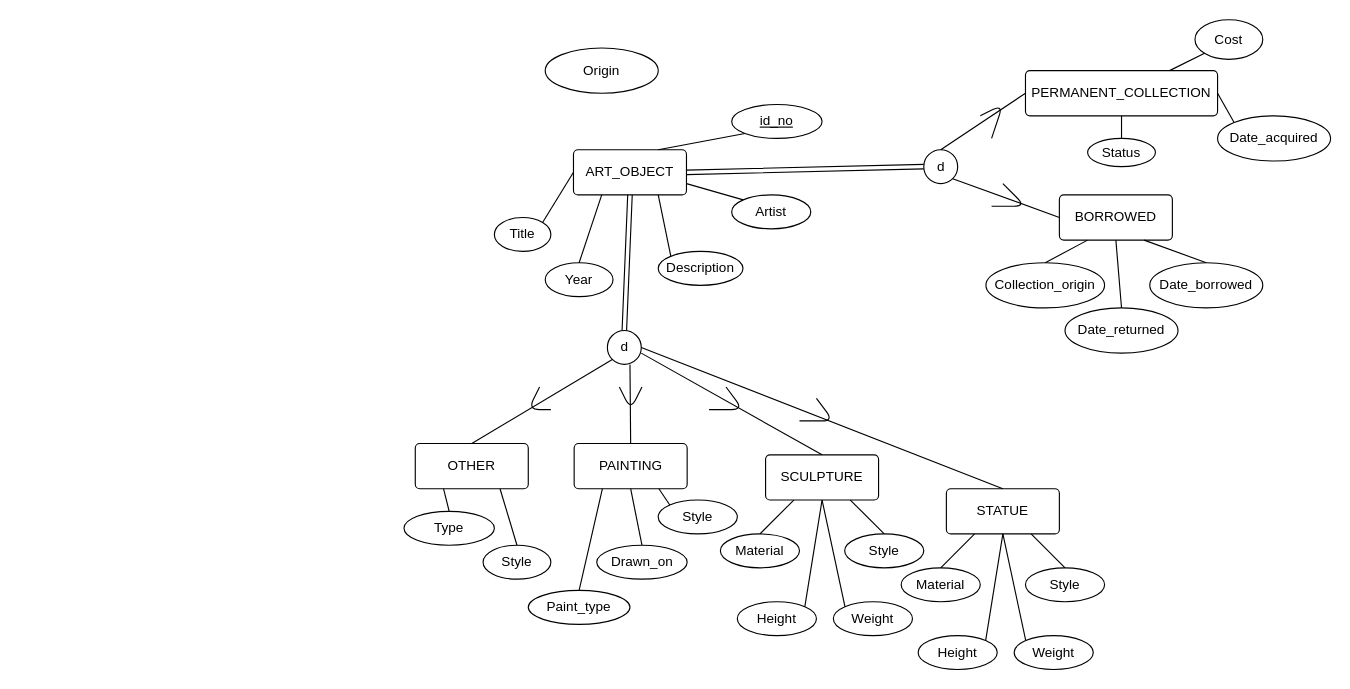
The draw.io diagram musemEER.drawio in aryan-karadia/Museum-SQL-Project, before the edit. Source tidied: cells renumbered, new cells numbered last; positions are measured from the earlier drawing's top-left corner, leaving out a move shared by most shapes. Both pictures are drawn from the tidied source at 113%, with x=0, y=0 at pixel (403, 19).
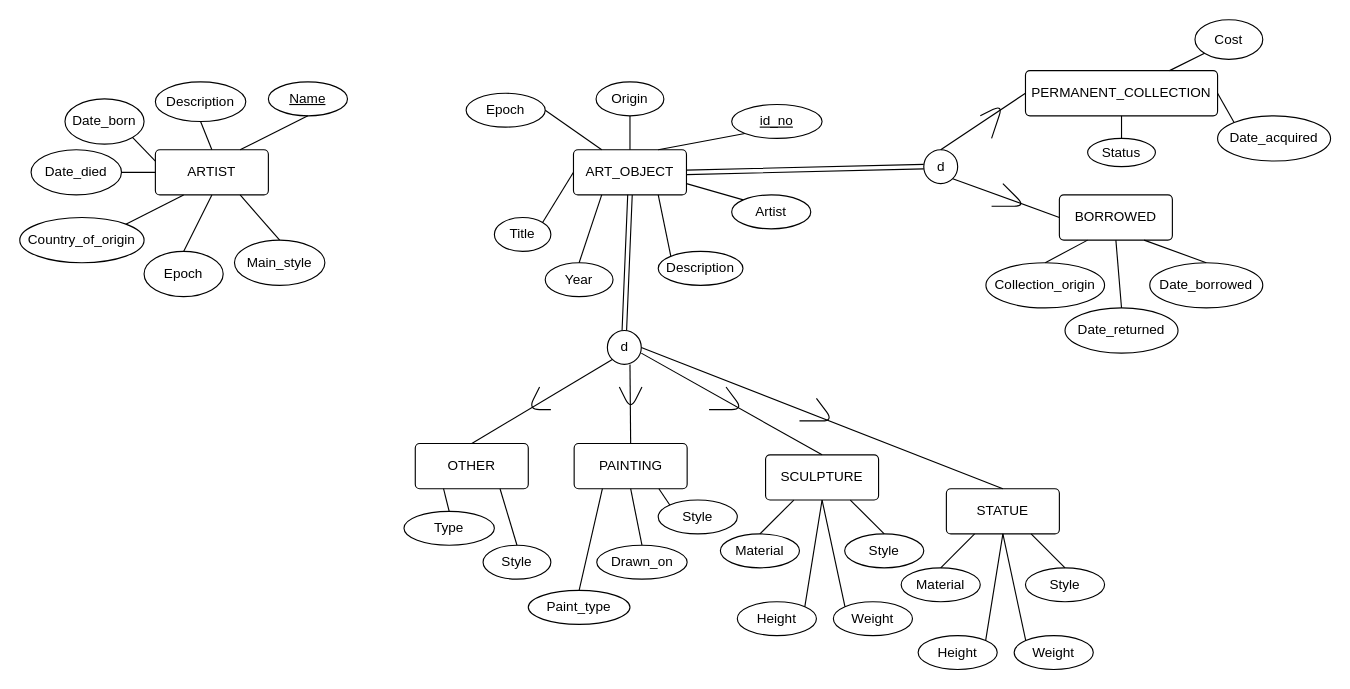
After the change.

Commit message:
Artist entity

The change refers to these unchanged cells:
```xml
<mxCell id="2" value="ART_OBJECT" style="rounded=1;arcSize=10;whiteSpace=wrap;html=1;align=center;" parent="1" vertex="1">
  <mxGeometry x="150" y="115" width="100" height="40" as="geometry" />
</mxCell>
```

Change to the diagram source:
```diff
@@
+    <mxCell id="78" style="endArrow=none;html=1;rounded=0;exitX=0.5;exitY=0;exitDx=0;exitDy=0;entryX=0.5;entryY=1;entryDx=0;entryDy=0;" parent="1" edge="1" source="2" target="77">
+      <mxGeometry relative="1" as="geometry" />
+    </mxCell>
+    <mxCell id="79" value="Epoch" style="ellipse;whiteSpace=wrap;html=1;align=center;" parent="1" vertex="1">
+      <mxGeometry x="55" y="65" width="70" height="30" as="geometry" />
+    </mxCell>
+    <mxCell id="80" style="endArrow=none;html=1;rounded=0;exitX=1;exitY=0.5;exitDx=0;exitDy=0;entryX=0.25;entryY=0;entryDx=0;entryDy=0;" parent="1" edge="1" source="79" target="2">
+      <mxGeometry relative="1" as="geometry" />
+    </mxCell>
+    <mxCell id="81" value="ARTIST" style="rounded=1;arcSize=10;whiteSpace=wrap;html=1;align=center;" parent="1" vertex="1">
+      <mxGeometry x="-220" y="115" width="100" height="40" as="geometry" />
+    </mxCell>
+    <mxCell id="82" value="Name" style="ellipse;whiteSpace=wrap;html=1;align=center;fontStyle=4;" parent="1" vertex="1">
+      <mxGeometry x="-120" y="55" width="70" height="30" as="geometry" />
+    </mxCell>
+    <mxCell id="83" style="endArrow=none;html=1;rounded=0;exitX=0.5;exitY=1;exitDx=0;exitDy=0;entryX=0.75;entryY=0;entryDx=0;entryDy=0;" parent="1" edge="1" source="82" target="81">
+      <mxGeometry relative="1" as="geometry" />
+    </mxCell>
+    <mxCell id="84" value="Date_born" style="ellipse;whiteSpace=wrap;html=1;align=center;" parent="1" vertex="1">
+      <mxGeometry x="-300" y="70" width="70" height="40" as="geometry" />
+    </mxCell>
+    <mxCell id="85" value="Date_died" style="ellipse;whiteSpace=wrap;html=1;align=center;" parent="1" vertex="1">
+      <mxGeometry x="-330" y="115" width="80" height="40" as="geometry" />
+    </mxCell>
+    <mxCell id="86" value="Country_of_origin" style="ellipse;whiteSpace=wrap;html=1;align=center;" parent="1" vertex="1">
+      <mxGeometry x="-340" y="175" width="110" height="40" as="geometry" />
+    </mxCell>
+    <mxCell id="87" value="Epoch" style="ellipse;whiteSpace=wrap;html=1;align=center;" parent="1" vertex="1">
+      <mxGeometry x="-230" y="205" width="70" height="40" as="geometry" />
+    </mxCell>
+    <mxCell id="88" value="Main_style" style="ellipse;whiteSpace=wrap;html=1;align=center;" parent="1" vertex="1">
+      <mxGeometry x="-150" y="195" width="80" height="40" as="geometry" />
+    </mxCell>
+    <mxCell id="89" value="Description" style="ellipse;whiteSpace=wrap;html=1;align=center;" parent="1" vertex="1">
+      <mxGeometry x="-220" y="55" width="80" height="35" as="geometry" />
+    </mxCell>
+    <mxCell id="90" style="endArrow=none;html=1;rounded=0;exitX=0.5;exitY=0;exitDx=0;exitDy=0;entryX=0.5;entryY=1;entryDx=0;entryDy=0;" parent="1" edge="1" source="81" target="89">
+      <mxGeometry relative="1" as="geometry" />
+    </mxCell>
+    <mxCell id="91" style="endArrow=none;html=1;rounded=0;exitX=0;exitY=0.25;exitDx=0;exitDy=0;entryX=1;entryY=1;entryDx=0;entryDy=0;" parent="1" edge="1" source="81" target="84">
+      <mxGeometry relative="1" as="geometry" />
+    </mxCell>
+    <mxCell id="92" style="endArrow=none;html=1;rounded=0;entryX=1;entryY=0.5;entryDx=0;entryDy=0;" parent="1" edge="1" target="85">
+      <mxGeometry relative="1" as="geometry">
+        <mxPoint x="-220" y="135" as="sourcePoint" />
+      </mxGeometry>
+    </mxCell>
+    <mxCell id="93" style="endArrow=none;html=1;rounded=0;exitX=0.25;exitY=1;exitDx=0;exitDy=0;entryX=1;entryY=0;entryDx=0;entryDy=0;" parent="1" edge="1" source="81" target="86">
+      <mxGeometry relative="1" as="geometry" />
+    </mxCell>
+    <mxCell id="94" style="endArrow=none;html=1;rounded=0;exitX=0.5;exitY=1;exitDx=0;exitDy=0;entryX=0.5;entryY=0;entryDx=0;entryDy=0;" parent="1" edge="1" source="81" target="87">
+      <mxGeometry relative="1" as="geometry" />
+    </mxCell>
+    <mxCell id="95" style="endArrow=none;html=1;rounded=0;exitX=0.5;exitY=0;exitDx=0;exitDy=0;entryX=0.75;entryY=1;entryDx=0;entryDy=0;" parent="1" edge="1" source="88" target="81">
+      <mxGeometry relative="1" as="geometry" />
+    </mxCell>
     <mxCell id="77" value="Origin" style="ellipse;whiteSpace=wrap;html=1;align=center;" parent="1" vertex="1">
-      <mxGeometry x="125" y="25" width="100" height="40" as="geometry" />
+      <mxGeometry x="170" y="55" width="60" height="30" as="geometry" />
     </mxCell>
```
